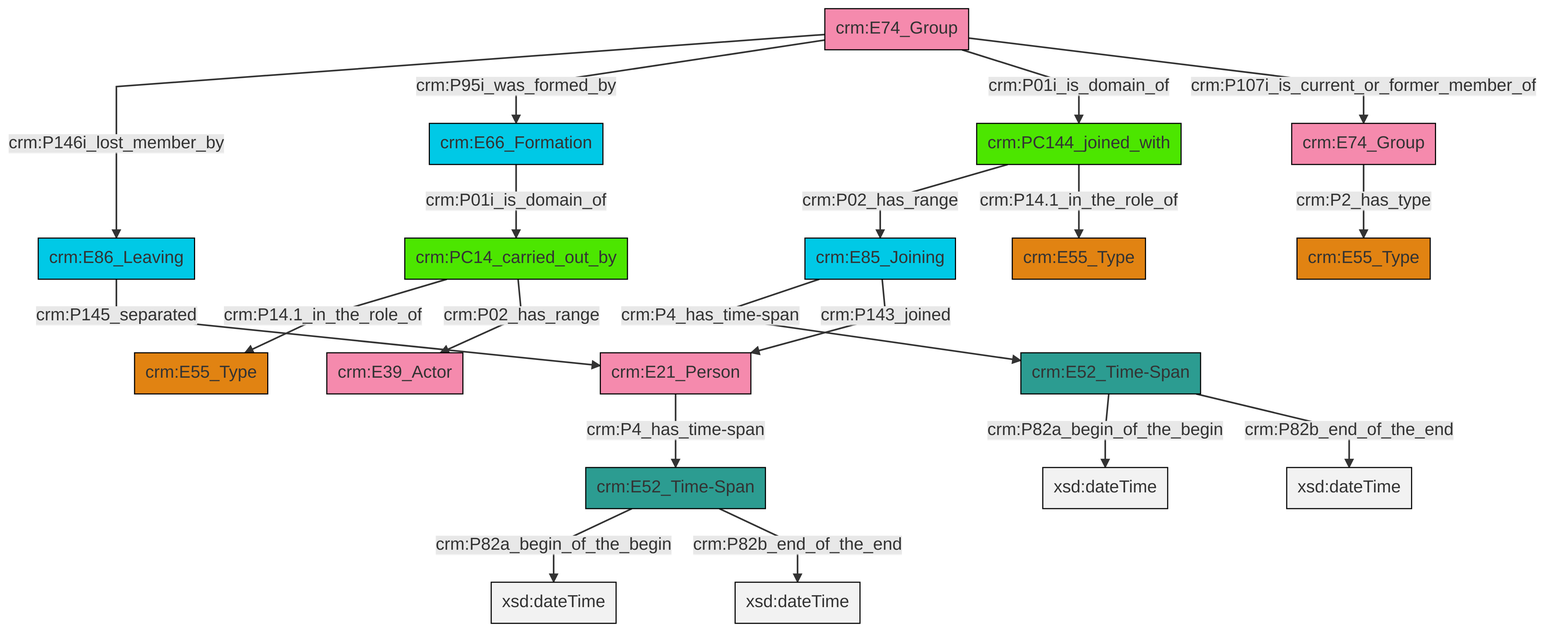
swiss-art-research-net/docs.swissartresearch keeps this Mermaid diagram as et/groupCSV/ttl/mmd/png/group_actor_relations.png. Above is the earlier version. Its source is kept beside it as et/groupCSV/ttl/mmd/group_actor_relations.ttl.mmd. Its diagram source:
```mermaid
graph TD
classDef Literal fill:#f2f2f2,stroke:#000000;
classDef CRM_Entity fill:#FFFFFF,stroke:#000000;
classDef Temporal_Entity fill:#00C9E6, stroke:#000000;
classDef Type fill:#E18312, stroke:#000000;
classDef Time-Span fill:#2C9C91, stroke:#000000;
classDef Appellation fill:#FFEB7F, stroke:#000000;
classDef Place fill:#008836, stroke:#000000;
classDef Persistent_Item fill:#B266B2, stroke:#000000;
classDef Conceptual_Object fill:#FFD700, stroke:#000000;
classDef Physical_Thing fill:#D2B48C, stroke:#000000;
classDef Actor fill:#f58aad, stroke:#000000;
classDef PC_Classes fill:#4ce600, stroke:#000000;
classDef Multi fill:#cccccc,stroke:#000000;

2["crm:PC14_carried_out_by"]:::PC_Classes -->|crm:P14.1_in_the_role_of| 3["crm:E55_Type"]:::Type
8["crm:E85_Joining"]:::Temporal_Entity -->|crm:P4_has_time-span| 9["crm:E52_Time-Span"]:::Time-Span
4["crm:E74_Group"]:::Actor -->|crm:P146i_lost_member_by| 6["crm:E86_Leaving"]:::Temporal_Entity
4["crm:E74_Group"]:::Actor -->|crm:P95i_was_formed_by| 10["crm:E66_Formation"]:::Temporal_Entity
11["crm:PC144_joined_with"]:::PC_Classes -->|crm:P02_has_range| 8["crm:E85_Joining"]:::Temporal_Entity
9["crm:E52_Time-Span"]:::Time-Span -->|crm:P82a_begin_of_the_begin| 12[xsd:dateTime]:::Literal
4["crm:E74_Group"]:::Actor -->|crm:P01i_is_domain_of| 11["crm:PC144_joined_with"]:::PC_Classes
17["crm:E21_Person"]:::Actor -->|crm:P4_has_time-span| 18["crm:E52_Time-Span"]:::Time-Span
18["crm:E52_Time-Span"]:::Time-Span -->|crm:P82a_begin_of_the_begin| 19[xsd:dateTime]:::Literal
21["crm:E74_Group"]:::Actor -->|crm:P2_has_type| 0["crm:E55_Type"]:::Type
4["crm:E74_Group"]:::Actor -->|crm:P107i_is_current_or_former_member_of| 21["crm:E74_Group"]:::Actor
2["crm:PC14_carried_out_by"]:::PC_Classes -->|crm:P02_has_range| 15["crm:E39_Actor"]:::Actor
9["crm:E52_Time-Span"]:::Time-Span -->|crm:P82b_end_of_the_end| 24[xsd:dateTime]:::Literal
18["crm:E52_Time-Span"]:::Time-Span -->|crm:P82b_end_of_the_end| 25[xsd:dateTime]:::Literal
6["crm:E86_Leaving"]:::Temporal_Entity -->|crm:P145_separated| 17["crm:E21_Person"]:::Actor
11["crm:PC144_joined_with"]:::PC_Classes -->|crm:P14.1_in_the_role_of| 27["crm:E55_Type"]:::Type
8["crm:E85_Joining"]:::Temporal_Entity -->|crm:P143_joined| 17["crm:E21_Person"]:::Actor
10["crm:E66_Formation"]:::Temporal_Entity -->|crm:P01i_is_domain_of| 2["crm:PC14_carried_out_by"]:::PC_Classes
```
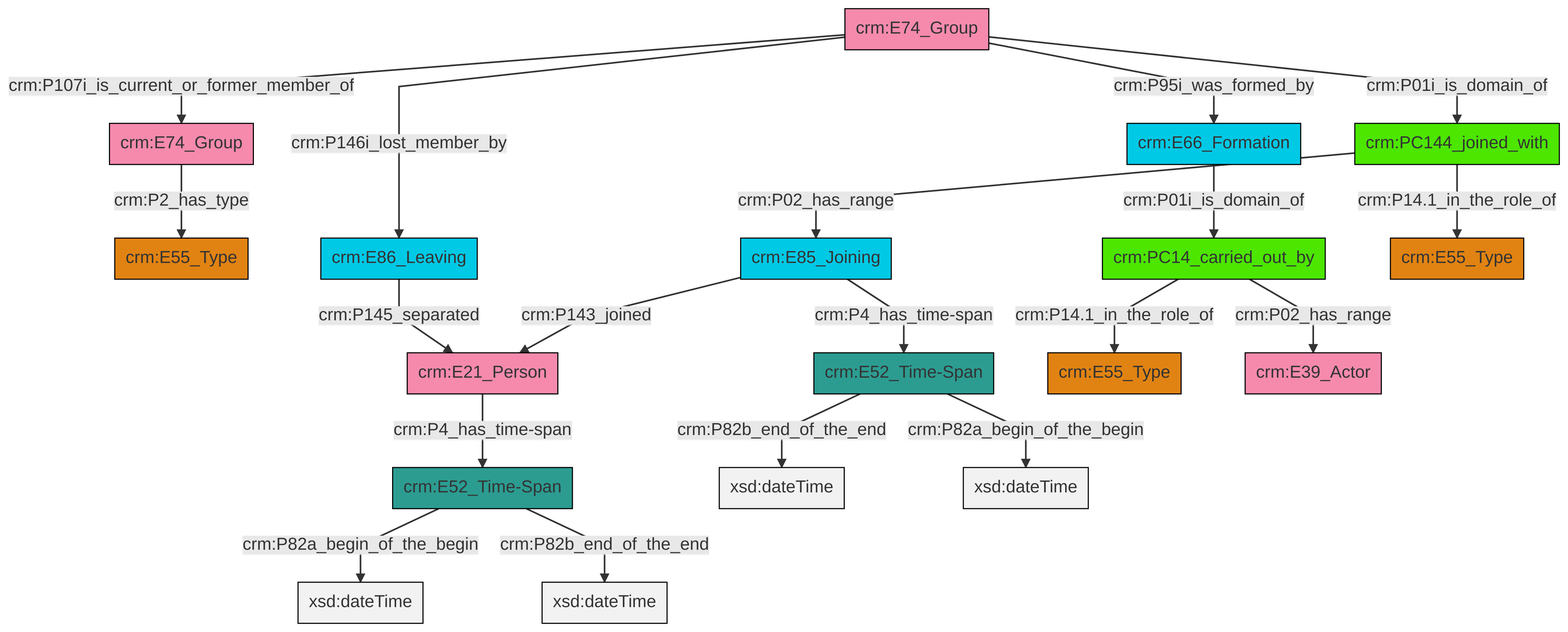
After the commit.

What changed in the source:
```diff
@@ -13,21 +13,21 @@
 classDef PC_Classes fill:#4ce600, stroke:#000000;
 classDef Multi fill:#cccccc,stroke:#000000;
 
-2["crm:PC14_carried_out_by"]:::PC_Classes -->|crm:P14.1_in_the_role_of| 3["crm:E55_Type"]:::Type
-8["crm:E85_Joining"]:::Temporal_Entity -->|crm:P4_has_time-span| 9["crm:E52_Time-Span"]:::Time-Span
-4["crm:E74_Group"]:::Actor -->|crm:P146i_lost_member_by| 6["crm:E86_Leaving"]:::Temporal_Entity
-4["crm:E74_Group"]:::Actor -->|crm:P95i_was_formed_by| 10["crm:E66_Formation"]:::Temporal_Entity
-11["crm:PC144_joined_with"]:::PC_Classes -->|crm:P02_has_range| 8["crm:E85_Joining"]:::Temporal_Entity
-9["crm:E52_Time-Span"]:::Time-Span -->|crm:P82a_begin_of_the_begin| 12[xsd:dateTime]:::Literal
-4["crm:E74_Group"]:::Actor -->|crm:P01i_is_domain_of| 11["crm:PC144_joined_with"]:::PC_Classes
-17["crm:E21_Person"]:::Actor -->|crm:P4_has_time-span| 18["crm:E52_Time-Span"]:::Time-Span
-18["crm:E52_Time-Span"]:::Time-Span -->|crm:P82a_begin_of_the_begin| 19[xsd:dateTime]:::Literal
-21["crm:E74_Group"]:::Actor -->|crm:P2_has_type| 0["crm:E55_Type"]:::Type
-4["crm:E74_Group"]:::Actor -->|crm:P107i_is_current_or_former_member_of| 21["crm:E74_Group"]:::Actor
-2["crm:PC14_carried_out_by"]:::PC_Classes -->|crm:P02_has_range| 15["crm:E39_Actor"]:::Actor
-9["crm:E52_Time-Span"]:::Time-Span -->|crm:P82b_end_of_the_end| 24[xsd:dateTime]:::Literal
-18["crm:E52_Time-Span"]:::Time-Span -->|crm:P82b_end_of_the_end| 25[xsd:dateTime]:::Literal
-6["crm:E86_Leaving"]:::Temporal_Entity -->|crm:P145_separated| 17["crm:E21_Person"]:::Actor
-11["crm:PC144_joined_with"]:::PC_Classes -->|crm:P14.1_in_the_role_of| 27["crm:E55_Type"]:::Type
-8["crm:E85_Joining"]:::Temporal_Entity -->|crm:P143_joined| 17["crm:E21_Person"]:::Actor
-10["crm:E66_Formation"]:::Temporal_Entity -->|crm:P01i_is_domain_of| 2["crm:PC14_carried_out_by"]:::PC_Classes
+0["crm:E21_Person"]:::Actor -->|crm:P4_has_time-span| 1["crm:E52_Time-Span"]:::Time-Span
+6["crm:E74_Group"]:::Actor -->|crm:P107i_is_current_or_former_member_of| 2["crm:E74_Group"]:::Actor
+4["crm:E52_Time-Span"]:::Time-Span -->|crm:P82b_end_of_the_end| 7[xsd:dateTime]:::Literal
+2["crm:E74_Group"]:::Actor -->|crm:P2_has_type| 8["crm:E55_Type"]:::Type
+6["crm:E74_Group"]:::Actor -->|crm:P95i_was_formed_by| 9["crm:E66_Formation"]:::Temporal_Entity
+10["crm:E86_Leaving"]:::Temporal_Entity -->|crm:P145_separated| 0["crm:E21_Person"]:::Actor
+4["crm:E52_Time-Span"]:::Time-Span -->|crm:P82a_begin_of_the_begin| 15[xsd:dateTime]:::Literal
+11["crm:PC14_carried_out_by"]:::PC_Classes -->|crm:P14.1_in_the_role_of| 18["crm:E55_Type"]:::Type
+20["crm:E85_Joining"]:::Temporal_Entity -->|crm:P4_has_time-span| 4["crm:E52_Time-Span"]:::Time-Span
+6["crm:E74_Group"]:::Actor -->|crm:P146i_lost_member_by| 10["crm:E86_Leaving"]:::Temporal_Entity
+1["crm:E52_Time-Span"]:::Time-Span -->|crm:P82a_begin_of_the_begin| 24[xsd:dateTime]:::Literal
+11["crm:PC14_carried_out_by"]:::PC_Classes -->|crm:P02_has_range| 22["crm:E39_Actor"]:::Actor
+20["crm:E85_Joining"]:::Temporal_Entity -->|crm:P143_joined| 0["crm:E21_Person"]:::Actor
+1["crm:E52_Time-Span"]:::Time-Span -->|crm:P82b_end_of_the_end| 28[xsd:dateTime]:::Literal
+31["crm:PC144_joined_with"]:::PC_Classes -->|crm:P14.1_in_the_role_of| 26["crm:E55_Type"]:::Type
+31["crm:PC144_joined_with"]:::PC_Classes -->|crm:P02_has_range| 20["crm:E85_Joining"]:::Temporal_Entity
+9["crm:E66_Formation"]:::Temporal_Entity -->|crm:P01i_is_domain_of| 11["crm:PC14_carried_out_by"]:::PC_Classes
+6["crm:E74_Group"]:::Actor -->|crm:P01i_is_domain_of| 31["crm:PC144_joined_with"]:::PC_Classes
```
